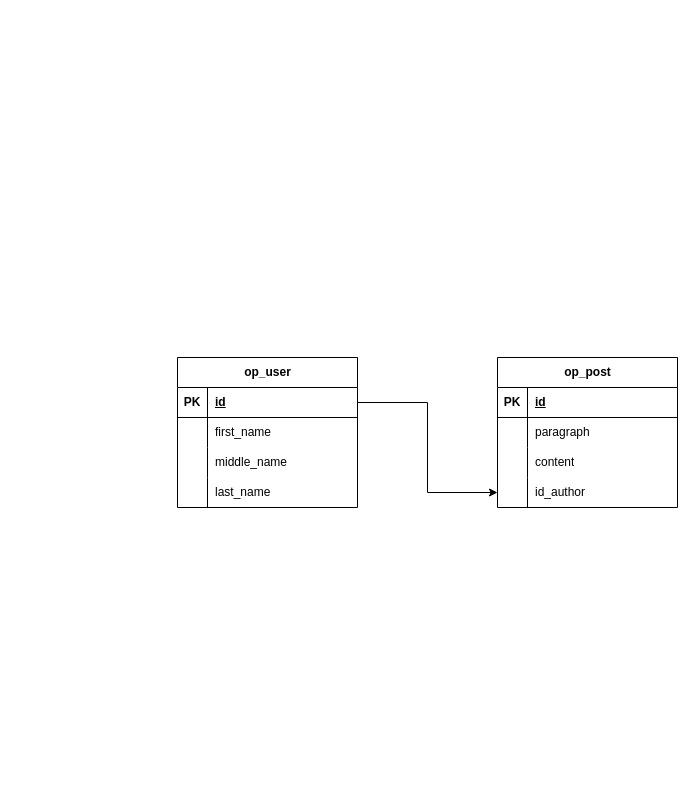
hk2xe/shanghai keeps this draw.io diagram as database/db.drawio. Above is the earlier version. Source tidied: cells renumbered, new cells numbered last; positions are measured from the earlier drawing's top-left corner, leaving out a move shared by most shapes. Both pictures are drawn from the tidied source at 100%, with x=0, y=0 at pixel (177, 357).
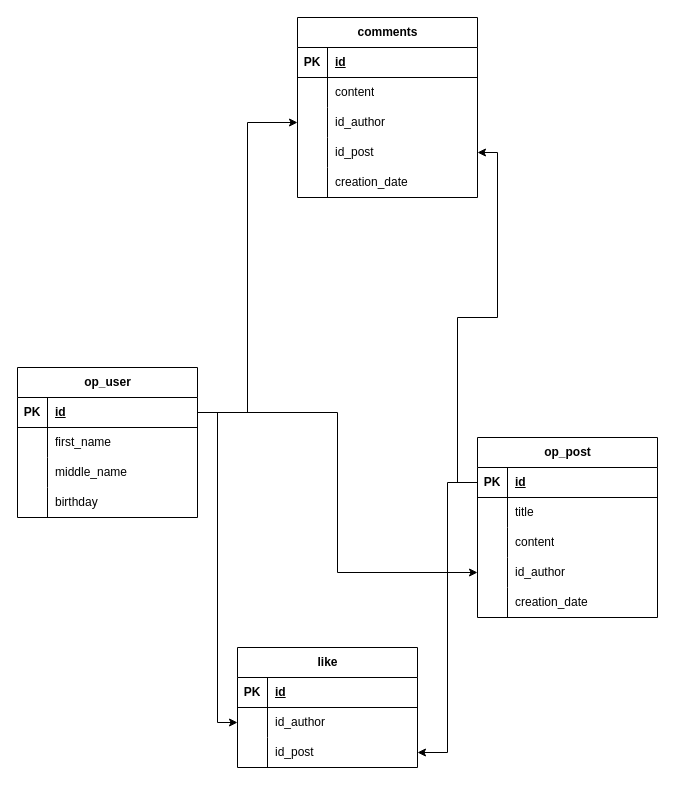
The same diagram, later.

The change refers to these unchanged cells:
```xml
<mxCell id="3" style="shape=tableRow;horizontal=0;startSize=0;swimlaneHead=0;swimlaneBody=0;fillColor=none;points=[[0,0.5],[1,0.5]];portConstraint=eastwest;top=0;left=0;right=0;bottom=1;" parent="2" vertex="1">
  <mxGeometry y="30" width="180" height="30" as="geometry" />
</mxCell>
<mxCell id="16" style="shape=tableRow;horizontal=0;startSize=0;swimlaneHead=0;swimlaneBody=0;fillColor=none;points=[[0,0.5],[1,0.5]];portConstraint=eastwest;top=0;left=0;right=0;bottom=1;" parent="15" vertex="1">
  <mxGeometry y="30" width="180" height="30" as="geometry" />
</mxCell>
<mxCell id="19" style="shape=tableRow;horizontal=0;startSize=0;swimlaneHead=0;swimlaneBody=0;fillColor=none;top=0;left=0;right=0;bottom=0;" parent="15" vertex="1">
  <mxGeometry y="60" width="180" height="30" as="geometry" />
</mxCell>
```

The edit, as a diff of the source:
```diff
@@
     <mxCell id="2" value="op_user" style="shape=table;startSize=30;childLayout=tableLayout;rowLines=0;fontStyle=1;align=center;html=1;" parent="1" vertex="1">
-      <mxGeometry width="180" height="150" as="geometry" />
+      <mxGeometry x="-160" y="10" width="180" height="150" as="geometry" />
     </mxCell>
@@
-    <mxCell id="12" style="shape=tableRow;horizontal=0;startSize=0;swimlaneHead=0;swimlaneBody=0;fillColor=none;top=0;left=0;right=0;bottom=0;" parent="2" vertex="1">
-      <mxGeometry y="120" width="180" height="30" as="geometry" />
-    </mxCell>
-    <mxCell id="13" style="shape=partialRectangle;fillColor=none;top=0;left=0;bottom=0;right=0;overflow=hidden;whiteSpace=wrap;html=1;" parent="12" vertex="1">
-      <mxGeometry width="30" height="30" as="geometry" />
-    </mxCell>
-    <mxCell id="14" value="last_name" style="shape=partialRectangle;fillColor=none;top=0;left=0;bottom=0;right=0;align=left;spacingLeft=6;overflow=hidden;whiteSpace=wrap;html=1;" parent="12" vertex="1">
-      <mxGeometry x="30" width="150" height="30" as="geometry" />
-    </mxCell>
+    <mxCell id="29" style="shape=tableRow;horizontal=0;startSize=0;swimlaneHead=0;swimlaneBody=0;fillColor=none;top=0;left=0;right=0;bottom=0;" parent="2" vertex="1">
+      <mxGeometry y="120" width="180" height="30" as="geometry" />
+    </mxCell>
+    <mxCell id="30" style="shape=partialRectangle;fillColor=none;top=0;left=0;bottom=0;right=0;overflow=hidden;whiteSpace=wrap;html=1;" parent="29" vertex="1">
+      <mxGeometry width="30" height="30" as="geometry" />
+    </mxCell>
+    <mxCell id="31" value="birthday" style="shape=partialRectangle;fillColor=none;top=0;left=0;bottom=0;right=0;align=left;spacingLeft=6;overflow=hidden;whiteSpace=wrap;html=1;" parent="29" vertex="1">
+      <mxGeometry x="30" width="150" height="30" as="geometry" />
+    </mxCell>
     <mxCell id="15" value="op_post" style="shape=table;startSize=30;childLayout=tableLayout;rowLines=0;fontStyle=1;align=center;html=1;" parent="1" vertex="1">
-      <mxGeometry x="320" width="180" height="150" as="geometry" />
+      <mxGeometry x="300" y="80" width="180" height="180" as="geometry" />
     </mxCell>
@@
-    <mxCell id="21" value="paragraph" style="shape=partialRectangle;fillColor=none;top=0;left=0;bottom=0;right=0;align=left;spacingLeft=6;overflow=hidden;whiteSpace=wrap;html=1;" parent="19" vertex="1">
+    <mxCell id="21" value="title" style="shape=partialRectangle;fillColor=none;top=0;left=0;bottom=0;right=0;align=left;spacingLeft=6;overflow=hidden;whiteSpace=wrap;html=1;" parent="19" vertex="1">
       <mxGeometry x="30" width="150" height="30" as="geometry" />
     </mxCell>
@@
+    <mxCell id="32" style="shape=tableRow;horizontal=0;startSize=0;swimlaneHead=0;swimlaneBody=0;fillColor=none;top=0;left=0;right=0;bottom=0;" parent="15" vertex="1">
+      <mxGeometry y="150" width="180" height="30" as="geometry" />
+    </mxCell>
+    <mxCell id="33" style="shape=partialRectangle;fillColor=none;top=0;left=0;bottom=0;right=0;overflow=hidden;whiteSpace=wrap;html=1;" parent="32" vertex="1">
+      <mxGeometry width="30" height="30" as="geometry" />
+    </mxCell>
+    <mxCell id="34" value="creation_date" style="shape=partialRectangle;fillColor=none;top=0;left=0;bottom=0;right=0;align=left;spacingLeft=6;overflow=hidden;whiteSpace=wrap;html=1;" parent="32" vertex="1">
+      <mxGeometry x="30" width="150" height="30" as="geometry" />
+    </mxCell>
@@
+    <mxCell id="35" value="comments" style="shape=table;startSize=30;childLayout=tableLayout;rowLines=0;fontStyle=1;align=center;html=1;" parent="1" vertex="1">
+      <mxGeometry x="120" y="-340" width="180" height="180" as="geometry" />
+    </mxCell>
+    <mxCell id="36" style="shape=tableRow;horizontal=0;startSize=0;swimlaneHead=0;swimlaneBody=0;fillColor=none;top=0;left=0;right=0;bottom=1;" parent="35" vertex="1">
+      <mxGeometry y="30" width="180" height="30" as="geometry" />
+    </mxCell>
+    <mxCell id="37" value="PK" style="shape=partialRectangle;fillColor=none;top=0;left=0;bottom=0;right=0;fontStyle=1;overflow=hidden;whiteSpace=wrap;html=1;" parent="36" vertex="1">
+      <mxGeometry width="30" height="30" as="geometry" />
+    </mxCell>
+    <mxCell id="38" value="id" style="shape=partialRectangle;fillColor=none;top=0;left=0;bottom=0;right=0;align=left;spacingLeft=6;fontStyle=5;overflow=hidden;whiteSpace=wrap;html=1;" parent="36" vertex="1">
+      <mxGeometry x="30" width="150" height="30" as="geometry" />
+    </mxCell>
+    <mxCell id="39" style="shape=tableRow;horizontal=0;startSize=0;swimlaneHead=0;swimlaneBody=0;fillColor=none;top=0;left=0;right=0;bottom=0;" parent="35" vertex="1">
+      <mxGeometry y="60" width="180" height="30" as="geometry" />
+    </mxCell>
+    <mxCell id="40" style="shape=partialRectangle;fillColor=none;top=0;left=0;bottom=0;right=0;overflow=hidden;whiteSpace=wrap;html=1;" parent="39" vertex="1">
+      <mxGeometry width="30" height="30" as="geometry" />
+    </mxCell>
+    <mxCell id="41" value="content" style="shape=partialRectangle;fillColor=none;top=0;left=0;bottom=0;right=0;align=left;spacingLeft=6;overflow=hidden;whiteSpace=wrap;html=1;" parent="39" vertex="1">
+      <mxGeometry x="30" width="150" height="30" as="geometry" />
+    </mxCell>
+    <mxCell id="42" style="shape=tableRow;horizontal=0;startSize=0;swimlaneHead=0;swimlaneBody=0;fillColor=none;points=[[0,0.5],[1,0.5]];portConstraint=eastwest;top=0;left=0;right=0;bottom=0;" parent="35" vertex="1">
+      <mxGeometry y="90" width="180" height="30" as="geometry" />
+    </mxCell>
+    <mxCell id="43" style="shape=partialRectangle;fillColor=none;top=0;left=0;bottom=0;right=0;overflow=hidden;whiteSpace=wrap;html=1;" parent="42" vertex="1">
+      <mxGeometry width="30" height="30" as="geometry" />
+    </mxCell>
+    <mxCell id="44" value="id_author" style="shape=partialRectangle;fillColor=none;top=0;left=0;bottom=0;right=0;align=left;spacingLeft=6;overflow=hidden;whiteSpace=wrap;html=1;" parent="42" vertex="1">
+      <mxGeometry x="30" width="150" height="30" as="geometry" />
+    </mxCell>
+    <mxCell id="45" style="shape=tableRow;horizontal=0;startSize=0;swimlaneHead=0;swimlaneBody=0;fillColor=none;points=[[0,0.5],[1,0.5]];portConstraint=eastwest;top=0;left=0;right=0;bottom=0;" parent="35" vertex="1">
+      <mxGeometry y="120" width="180" height="30" as="geometry" />
+    </mxCell>
+    <mxCell id="46" style="shape=partialRectangle;fillColor=none;top=0;left=0;bottom=0;right=0;overflow=hidden;whiteSpace=wrap;html=1;" parent="45" vertex="1">
+      <mxGeometry width="30" height="30" as="geometry" />
+    </mxCell>
+    <mxCell id="47" value="id_post" style="shape=partialRectangle;fillColor=none;top=0;left=0;bottom=0;right=0;align=left;spacingLeft=6;overflow=hidden;whiteSpace=wrap;html=1;" parent="45" vertex="1">
+      <mxGeometry x="30" width="150" height="30" as="geometry" />
+    </mxCell>
+    <mxCell id="48" style="shape=tableRow;horizontal=0;startSize=0;swimlaneHead=0;swimlaneBody=0;fillColor=none;top=0;left=0;right=0;bottom=0;" parent="35" vertex="1">
+      <mxGeometry y="150" width="180" height="30" as="geometry" />
+    </mxCell>
+    <mxCell id="49" style="shape=partialRectangle;fillColor=none;top=0;left=0;bottom=0;right=0;overflow=hidden;whiteSpace=wrap;html=1;" parent="48" vertex="1">
+      <mxGeometry width="30" height="30" as="geometry" />
+    </mxCell>
+    <mxCell id="50" value="creation_date" style="shape=partialRectangle;fillColor=none;top=0;left=0;bottom=0;right=0;align=left;spacingLeft=6;overflow=hidden;whiteSpace=wrap;html=1;" parent="48" vertex="1">
+      <mxGeometry x="30" width="150" height="30" as="geometry" />
+    </mxCell>
+    <mxCell id="51" style="edgeStyle=orthogonalEdgeStyle;rounded=0;jettySize=auto;html=1;" parent="1" edge="1" source="16" target="45">
+      <mxGeometry relative="1" as="geometry" />
+    </mxCell>
+    <mxCell id="52" style="edgeStyle=orthogonalEdgeStyle;rounded=0;jettySize=auto;html=1;" parent="1" edge="1" source="3" target="42">
+      <mxGeometry relative="1" as="geometry" />
+    </mxCell>
+    <mxCell id="53" value="like" style="shape=table;startSize=30;childLayout=tableLayout;rowLines=0;fontStyle=1;align=center;html=1;" parent="1" vertex="1">
+      <mxGeometry x="60" y="290" width="180" height="120" as="geometry" />
+    </mxCell>
+    <mxCell id="54" style="shape=tableRow;horizontal=0;startSize=0;swimlaneHead=0;swimlaneBody=0;fillColor=none;top=0;left=0;right=0;bottom=1;" parent="53" vertex="1">
+      <mxGeometry y="30" width="180" height="30" as="geometry" />
+    </mxCell>
+    <mxCell id="55" value="PK" style="shape=partialRectangle;fillColor=none;top=0;left=0;bottom=0;right=0;fontStyle=1;overflow=hidden;whiteSpace=wrap;html=1;" parent="54" vertex="1">
+      <mxGeometry width="30" height="30" as="geometry" />
+    </mxCell>
+    <mxCell id="56" value="id" style="shape=partialRectangle;fillColor=none;top=0;left=0;bottom=0;right=0;align=left;spacingLeft=6;fontStyle=5;overflow=hidden;whiteSpace=wrap;html=1;" parent="54" vertex="1">
+      <mxGeometry x="30" width="150" height="30" as="geometry" />
+    </mxCell>
+    <mxCell id="57" style="shape=tableRow;horizontal=0;startSize=0;swimlaneHead=0;swimlaneBody=0;fillColor=none;points=[[0,0.5],[1,0.5]];portConstraint=eastwest;top=0;left=0;right=0;bottom=0;" parent="53" vertex="1">
+      <mxGeometry y="60" width="180" height="30" as="geometry" />
+    </mxCell>
+    <mxCell id="58" style="shape=partialRectangle;fillColor=none;top=0;left=0;bottom=0;right=0;overflow=hidden;whiteSpace=wrap;html=1;" parent="57" vertex="1">
+      <mxGeometry width="30" height="30" as="geometry" />
+    </mxCell>
+    <mxCell id="59" value="id_author" style="shape=partialRectangle;fillColor=none;top=0;left=0;bottom=0;right=0;align=left;spacingLeft=6;overflow=hidden;whiteSpace=wrap;html=1;" parent="57" vertex="1">
+      <mxGeometry x="30" width="150" height="30" as="geometry" />
+    </mxCell>
+    <mxCell id="60" style="shape=tableRow;horizontal=0;startSize=0;swimlaneHead=0;swimlaneBody=0;fillColor=none;points=[[0,0.5],[1,0.5]];portConstraint=eastwest;top=0;left=0;right=0;bottom=0;" parent="53" vertex="1">
+      <mxGeometry y="90" width="180" height="30" as="geometry" />
+    </mxCell>
+    <mxCell id="61" style="shape=partialRectangle;fillColor=none;top=0;left=0;bottom=0;right=0;overflow=hidden;whiteSpace=wrap;html=1;" parent="60" vertex="1">
+      <mxGeometry width="30" height="30" as="geometry" />
+    </mxCell>
+    <mxCell id="62" value="id_post" style="shape=partialRectangle;fillColor=none;top=0;left=0;bottom=0;right=0;align=left;spacingLeft=6;overflow=hidden;whiteSpace=wrap;html=1;" parent="60" vertex="1">
+      <mxGeometry x="30" width="150" height="30" as="geometry" />
+    </mxCell>
+    <mxCell id="63" style="edgeStyle=orthogonalEdgeStyle;rounded=0;jettySize=auto;html=1;" parent="1" edge="1" source="16" target="60">
+      <mxGeometry relative="1" as="geometry" />
+    </mxCell>
+    <mxCell id="64" style="edgeStyle=orthogonalEdgeStyle;rounded=0;jettySize=auto;html=1;exitX=1;exitY=0.5;exitDx=0;exitDy=0;" parent="1" edge="1" source="3" target="57">
+      <mxGeometry relative="1" as="geometry" />
+    </mxCell>
```
